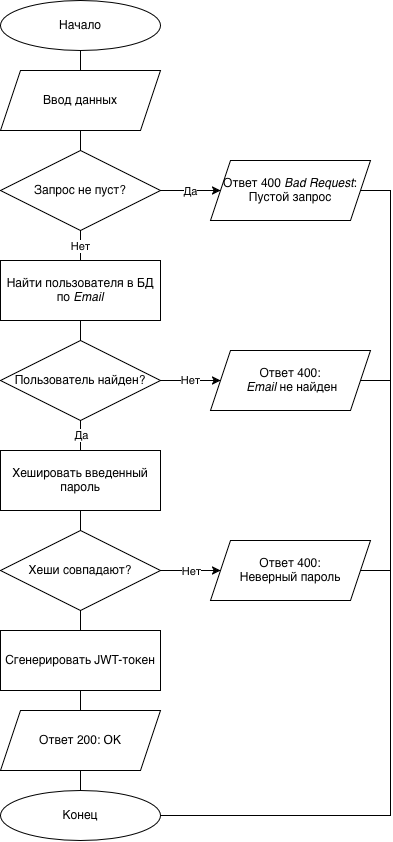
The draw.io diagram note/attachments/auth_algorithm.png in kawunus/bsuir-coursework-5-semester-note, before a commit. Source tidied: cells renumbered, new cells last; positions are measured from the earlier drawing's top-left corner, leaving out a move shared by most shapes. The source it was exported from:
```xml
<mxGraphModel>
  <root>
    <mxCell id="0" />
    <mxCell id="1" parent="0" />
    <mxCell id="2" style="edgeStyle=orthogonalEdgeStyle;rounded=0;jettySize=auto;html=1;exitX=0.5;exitY=1;exitDx=0;exitDy=0;entryX=0.5;entryY=0;entryDx=0;entryDy=0;endArrow=none;endFill=0;" parent="1" edge="1" source="3" target="5">
      <mxGeometry relative="1" as="geometry" />
    </mxCell>
    <mxCell id="3" value="&lt;div&gt;Начало&lt;/div&gt;" style="ellipse;whiteSpace=wrap;html=1;" parent="1" vertex="1">
      <mxGeometry width="160" height="50" as="geometry" />
    </mxCell>
    <mxCell id="4" style="edgeStyle=orthogonalEdgeStyle;rounded=0;jettySize=auto;html=1;exitX=0.5;exitY=1;exitDx=0;exitDy=0;entryX=0.5;entryY=0;entryDx=0;entryDy=0;endArrow=none;endFill=0;" parent="1" edge="1" source="5" target="9">
      <mxGeometry relative="1" as="geometry" />
    </mxCell>
    <mxCell id="5" value="Ввод данных" style="shape=parallelogram;perimeter=parallelogramPerimeter;whiteSpace=wrap;html=1;fixedSize=1;" parent="1" vertex="1">
      <mxGeometry y="70" width="160" height="60" as="geometry" />
    </mxCell>
    <mxCell id="6" style="edgeStyle=orthogonalEdgeStyle;rounded=0;jettySize=auto;html=1;exitX=1;exitY=0.5;exitDx=0;exitDy=0;entryX=0;entryY=0.5;entryDx=0;entryDy=0;" parent="1" edge="1" source="9" target="11">
      <mxGeometry relative="1" as="geometry" />
    </mxCell>
    <mxCell id="7" value="Да" style="edgeLabel;html=1;align=center;verticalAlign=middle;" parent="6" vertex="1">
      <mxGeometry x="-0.89" y="2" relative="1" as="geometry">
        <mxPoint x="26" y="2" as="offset" />
      </mxGeometry>
    </mxCell>
    <mxCell id="8" value="Нет" style="edgeStyle=orthogonalEdgeStyle;rounded=0;jettySize=auto;html=1;exitX=0.5;exitY=1;exitDx=0;exitDy=0;entryX=0.5;entryY=0;entryDx=0;entryDy=0;endArrow=none;endFill=0;" parent="1" edge="1" source="9" target="13">
      <mxGeometry relative="1" as="geometry" />
    </mxCell>
    <mxCell id="9" value="&lt;span class=&quot;router-outlet-wrapper ng-tns-c2785337336-0&quot;&gt;&lt;span class=&quot;inline-code ng-star-inserted&quot;&gt;Запрос не пуст?&lt;/span&gt;&lt;/span&gt;" style="rhombus;whiteSpace=wrap;html=1;" parent="1" vertex="1">
      <mxGeometry y="150" width="160" height="80" as="geometry" />
    </mxCell>
    <mxCell id="10" style="edgeStyle=orthogonalEdgeStyle;rounded=0;jettySize=auto;html=1;entryX=1;entryY=0.5;entryDx=0;entryDy=0;endArrow=none;endFill=0;exitX=1;exitY=0.5;exitDx=0;exitDy=0;" parent="1" edge="1" source="11" target="18">
      <mxGeometry relative="1" as="geometry">
        <Array as="points">
          <mxPoint x="390" y="190" />
          <mxPoint x="390" y="815" />
        </Array>
      </mxGeometry>
    </mxCell>
    <mxCell id="11" value="&lt;span class=&quot;router-outlet-wrapper ng-tns-c2785337336-0&quot;&gt;&lt;span class=&quot;inline-code ng-star-inserted&quot;&gt;Ответ 400 &lt;i&gt;Bad&lt;/i&gt; &lt;i&gt;Request&lt;/i&gt;: Пустой запрос&lt;/span&gt;&lt;/span&gt;" style="shape=parallelogram;perimeter=parallelogramPerimeter;whiteSpace=wrap;html=1;fixedSize=1;" parent="1" vertex="1">
      <mxGeometry x="210" y="160" width="160" height="60" as="geometry" />
    </mxCell>
    <mxCell id="12" style="edgeStyle=orthogonalEdgeStyle;rounded=0;jettySize=auto;html=1;endArrow=none;endFill=0;" parent="1" edge="1" source="13" target="17">
      <mxGeometry relative="1" as="geometry" />
    </mxCell>
    <mxCell id="13" value="&lt;span class=&quot;router-outlet-wrapper ng-tns-c2785337336-0&quot;&gt;&lt;span class=&quot;inline-code ng-star-inserted&quot;&gt;Найти пользователя в БД по &lt;i&gt;Email&lt;/i&gt;&lt;/span&gt;&lt;/span&gt;" style="rounded=0;whiteSpace=wrap;html=1;" parent="1" vertex="1">
      <mxGeometry y="260" width="160" height="60" as="geometry" />
    </mxCell>
    <mxCell id="14" style="edgeStyle=orthogonalEdgeStyle;rounded=0;jettySize=auto;html=1;exitX=0.5;exitY=1;exitDx=0;exitDy=0;entryX=0.5;entryY=0;entryDx=0;entryDy=0;endArrow=none;endFill=0;" parent="1" edge="1" source="17" target="22">
      <mxGeometry relative="1" as="geometry" />
    </mxCell>
    <mxCell id="15" value="&lt;div&gt;Да&lt;/div&gt;" style="edgeLabel;html=1;align=center;verticalAlign=middle;" parent="14" vertex="1">
      <mxGeometry x="-0.06" y="1" relative="1" as="geometry">
        <mxPoint x="-1" as="offset" />
      </mxGeometry>
    </mxCell>
    <mxCell id="16" value="&lt;div&gt;Нет&lt;/div&gt;" style="edgeStyle=orthogonalEdgeStyle;rounded=0;jettySize=auto;html=1;entryX=0;entryY=0.5;entryDx=0;entryDy=0;" parent="1" edge="1" source="17" target="20">
      <mxGeometry x="-0.01" relative="1" as="geometry" />
    </mxCell>
    <mxCell id="17" value="Пользователь найден?" style="rhombus;whiteSpace=wrap;html=1;" parent="1" vertex="1">
      <mxGeometry y="340" width="160" height="80" as="geometry" />
    </mxCell>
    <mxCell id="18" value="&lt;div&gt;Конец&lt;/div&gt;" style="ellipse;whiteSpace=wrap;html=1;" parent="1" vertex="1">
      <mxGeometry y="790" width="160" height="50" as="geometry" />
    </mxCell>
    <mxCell id="19" style="edgeStyle=orthogonalEdgeStyle;rounded=0;jettySize=auto;html=1;endArrow=none;endFill=0;" parent="1" edge="1" source="20">
      <mxGeometry relative="1" as="geometry">
        <mxPoint x="390" y="380" as="targetPoint" />
      </mxGeometry>
    </mxCell>
    <mxCell id="20" value="&lt;div&gt;&lt;span class=&quot;router-outlet-wrapper ng-tns-c2785337336-0&quot;&gt;&lt;span class=&quot;inline-code ng-star-inserted&quot;&gt;Ответ 400:&lt;/span&gt;&lt;/span&gt;&lt;/div&gt;&lt;div&gt;&lt;span class=&quot;router-outlet-wrapper ng-tns-c2785337336-0&quot;&gt;&lt;span class=&quot;inline-code ng-star-inserted&quot;&gt;&amp;nbsp;&lt;i&gt;Email&lt;/i&gt; не найден&lt;/span&gt;&lt;/span&gt;&lt;/div&gt;" style="shape=parallelogram;perimeter=parallelogramPerimeter;whiteSpace=wrap;html=1;fixedSize=1;" parent="1" vertex="1">
      <mxGeometry x="210" y="350" width="160" height="60" as="geometry" />
    </mxCell>
    <mxCell id="21" style="edgeStyle=orthogonalEdgeStyle;rounded=0;jettySize=auto;html=1;exitX=0.5;exitY=1;exitDx=0;exitDy=0;entryX=0.5;entryY=0;entryDx=0;entryDy=0;endArrow=none;endFill=0;" parent="1" edge="1" source="22" target="26">
      <mxGeometry relative="1" as="geometry" />
    </mxCell>
    <mxCell id="22" value="Хешировать введенный пароль" style="rounded=0;whiteSpace=wrap;html=1;" parent="1" vertex="1">
      <mxGeometry y="450" width="160" height="60" as="geometry" />
    </mxCell>
    <mxCell id="23" style="edgeStyle=orthogonalEdgeStyle;rounded=0;jettySize=auto;html=1;" parent="1" edge="1" source="26" target="28">
      <mxGeometry relative="1" as="geometry" />
    </mxCell>
    <mxCell id="24" value="Нет" style="edgeLabel;html=1;align=center;verticalAlign=middle;" parent="23" vertex="1">
      <mxGeometry x="-0.33" y="-2" relative="1" as="geometry">
        <mxPoint x="10" y="-2" as="offset" />
      </mxGeometry>
    </mxCell>
    <mxCell id="25" style="edgeStyle=orthogonalEdgeStyle;rounded=0;jettySize=auto;html=1;entryX=0.5;entryY=0;entryDx=0;entryDy=0;endArrow=none;endFill=0;" parent="1" edge="1" source="26" target="30">
      <mxGeometry relative="1" as="geometry" />
    </mxCell>
    <mxCell id="26" value="Хеши совпадают?" style="rhombus;whiteSpace=wrap;html=1;" parent="1" vertex="1">
      <mxGeometry y="530" width="160" height="80" as="geometry" />
    </mxCell>
    <mxCell id="27" style="edgeStyle=orthogonalEdgeStyle;rounded=0;jettySize=auto;html=1;endArrow=none;endFill=0;" parent="1" edge="1" source="28">
      <mxGeometry relative="1" as="geometry">
        <mxPoint x="390" y="570" as="targetPoint" />
      </mxGeometry>
    </mxCell>
    <mxCell id="28" value="&lt;div&gt;&lt;span class=&quot;router-outlet-wrapper ng-tns-c2785337336-0&quot;&gt;&lt;span class=&quot;inline-code ng-star-inserted&quot;&gt;Ответ 400:&lt;/span&gt;&lt;/span&gt;&lt;/div&gt;&lt;div&gt;Неверный пароль&lt;/div&gt;" style="shape=parallelogram;perimeter=parallelogramPerimeter;whiteSpace=wrap;html=1;fixedSize=1;" parent="1" vertex="1">
      <mxGeometry x="210" y="540" width="160" height="60" as="geometry" />
    </mxCell>
    <mxCell id="29" style="edgeStyle=orthogonalEdgeStyle;rounded=0;jettySize=auto;html=1;entryX=0.5;entryY=0;entryDx=0;entryDy=0;endArrow=none;endFill=0;" parent="1" edge="1" source="30" target="32">
      <mxGeometry relative="1" as="geometry" />
    </mxCell>
    <mxCell id="30" value="Сгенерировать JWT-токен" style="rounded=0;whiteSpace=wrap;html=1;" parent="1" vertex="1">
      <mxGeometry y="630" width="160" height="60" as="geometry" />
    </mxCell>
    <mxCell id="31" style="edgeStyle=orthogonalEdgeStyle;rounded=0;jettySize=auto;html=1;entryX=0.5;entryY=0;entryDx=0;entryDy=0;endArrow=none;endFill=0;" parent="1" edge="1" source="32" target="18">
      <mxGeometry relative="1" as="geometry" />
    </mxCell>
    <mxCell id="32" value="&lt;div&gt;&lt;span class=&quot;router-outlet-wrapper ng-tns-c2785337336-0&quot;&gt;&lt;span class=&quot;inline-code ng-star-inserted&quot;&gt;Ответ 200: OK&lt;/span&gt;&lt;/span&gt;&lt;/div&gt;" style="shape=parallelogram;perimeter=parallelogramPerimeter;whiteSpace=wrap;html=1;fixedSize=1;" parent="1" vertex="1">
      <mxGeometry y="710" width="160" height="60" as="geometry" />
    </mxCell>
  </root>
</mxGraphModel>
```
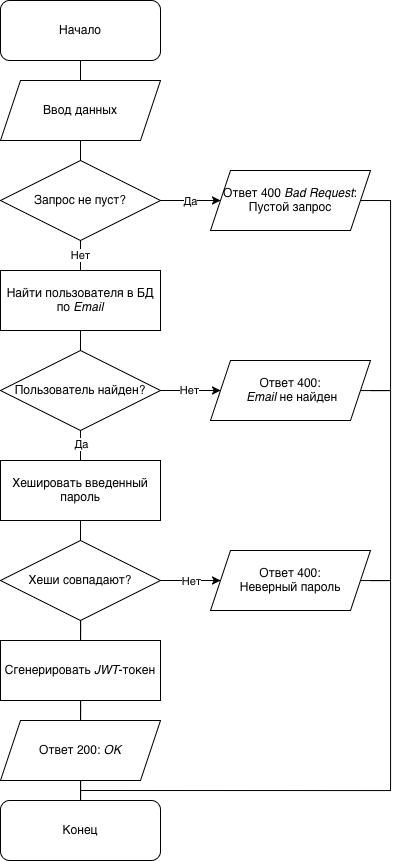
After the commit.

What changed in the source:
```diff
@@ -2,12 +2,11 @@
   <root>
     <mxCell id="0" />
     <mxCell id="1" parent="0" />
-    <mxCell id="2" style="edgeStyle=orthogonalEdgeStyle;rounded=0;jettySize=auto;html=1;exitX=0.5;exitY=1;exitDx=0;exitDy=0;entryX=0.5;entryY=0;entryDx=0;entryDy=0;endArrow=none;endFill=0;" parent="1" edge="1" source="3" target="5">
-      <mxGeometry relative="1" as="geometry" />
+    <mxCell id="2" style="edgeStyle=orthogonalEdgeStyle;rounded=0;jettySize=auto;html=1;exitX=0.5;exitY=1;exitDx=0;exitDy=0;entryX=0.5;entryY=0;entryDx=0;entryDy=0;endArrow=none;endFill=0;" parent="1" edge="1" target="5">
+      <mxGeometry relative="1" as="geometry">
+        <mxPoint x="80" y="50" as="sourcePoint" />
+      </mxGeometry>
     </mxCell>
-    <mxCell id="3" value="&lt;div&gt;Начало&lt;/div&gt;" style="ellipse;whiteSpace=wrap;html=1;" parent="1" vertex="1">
-      <mxGeometry width="160" height="50" as="geometry" />
-    </mxCell>
     <mxCell id="4" style="edgeStyle=orthogonalEdgeStyle;rounded=0;jettySize=auto;html=1;exitX=0.5;exitY=1;exitDx=0;exitDy=0;entryX=0.5;entryY=0;entryDx=0;entryDy=0;endArrow=none;endFill=0;" parent="1" edge="1" source="5" target="9">
       <mxGeometry relative="1" as="geometry" />
     </mxCell>
@@ -28,11 +27,12 @@
     <mxCell id="9" value="&lt;span class=&quot;router-outlet-wrapper ng-tns-c2785337336-0&quot;&gt;&lt;span class=&quot;inline-code ng-star-inserted&quot;&gt;Запрос не пуст?&lt;/span&gt;&lt;/span&gt;" style="rhombus;whiteSpace=wrap;html=1;" parent="1" vertex="1">
       <mxGeometry y="150" width="160" height="80" as="geometry" />
     </mxCell>
-    <mxCell id="10" style="edgeStyle=orthogonalEdgeStyle;rounded=0;jettySize=auto;html=1;entryX=1;entryY=0.5;entryDx=0;entryDy=0;endArrow=none;endFill=0;exitX=1;exitY=0.5;exitDx=0;exitDy=0;" parent="1" edge="1" source="11" target="18">
+    <mxCell id="10" style="edgeStyle=orthogonalEdgeStyle;rounded=0;jettySize=auto;html=1;endArrow=none;endFill=0;exitX=1;exitY=0.5;exitDx=0;exitDy=0;" parent="1" edge="1" source="11">
       <mxGeometry relative="1" as="geometry">
+        <mxPoint x="80" y="780" as="targetPoint" />
         <Array as="points">
           <mxPoint x="390" y="190" />
-          <mxPoint x="390" y="815" />
+          <mxPoint x="390" y="780" />
         </Array>
       </mxGeometry>
     </mxCell>
@@ -59,9 +59,6 @@
     <mxCell id="17" value="Пользователь найден?" style="rhombus;whiteSpace=wrap;html=1;" parent="1" vertex="1">
       <mxGeometry y="340" width="160" height="80" as="geometry" />
     </mxCell>
-    <mxCell id="18" value="&lt;div&gt;Конец&lt;/div&gt;" style="ellipse;whiteSpace=wrap;html=1;" parent="1" vertex="1">
-      <mxGeometry y="790" width="160" height="50" as="geometry" />
-    </mxCell>
     <mxCell id="19" style="edgeStyle=orthogonalEdgeStyle;rounded=0;jettySize=auto;html=1;endArrow=none;endFill=0;" parent="1" edge="1" source="20">
       <mxGeometry relative="1" as="geometry">
         <mxPoint x="390" y="380" as="targetPoint" />
@@ -101,14 +98,22 @@
     <mxCell id="29" style="edgeStyle=orthogonalEdgeStyle;rounded=0;jettySize=auto;html=1;entryX=0.5;entryY=0;entryDx=0;entryDy=0;endArrow=none;endFill=0;" parent="1" edge="1" source="30" target="32">
       <mxGeometry relative="1" as="geometry" />
     </mxCell>
-    <mxCell id="30" value="Сгенерировать JWT-токен" style="rounded=0;whiteSpace=wrap;html=1;" parent="1" vertex="1">
+    <mxCell id="30" value="Сгенерировать &lt;i&gt;JWT&lt;/i&gt;-токен" style="rounded=0;whiteSpace=wrap;html=1;" parent="1" vertex="1">
       <mxGeometry y="630" width="160" height="60" as="geometry" />
     </mxCell>
-    <mxCell id="31" style="edgeStyle=orthogonalEdgeStyle;rounded=0;jettySize=auto;html=1;entryX=0.5;entryY=0;entryDx=0;entryDy=0;endArrow=none;endFill=0;" parent="1" edge="1" source="32" target="18">
-      <mxGeometry relative="1" as="geometry" />
+    <mxCell id="31" style="edgeStyle=orthogonalEdgeStyle;rounded=0;jettySize=auto;html=1;entryX=0.5;entryY=0;entryDx=0;entryDy=0;endArrow=none;endFill=0;" parent="1" edge="1" source="32">
+      <mxGeometry relative="1" as="geometry">
+        <mxPoint x="80" y="790" as="targetPoint" />
+      </mxGeometry>
     </mxCell>
-    <mxCell id="32" value="&lt;div&gt;&lt;span class=&quot;router-outlet-wrapper ng-tns-c2785337336-0&quot;&gt;&lt;span class=&quot;inline-code ng-star-inserted&quot;&gt;Ответ 200: OK&lt;/span&gt;&lt;/span&gt;&lt;/div&gt;" style="shape=parallelogram;perimeter=parallelogramPerimeter;whiteSpace=wrap;html=1;fixedSize=1;" parent="1" vertex="1">
+    <mxCell id="32" value="&lt;div&gt;&lt;span class=&quot;router-outlet-wrapper ng-tns-c2785337336-0&quot;&gt;&lt;span class=&quot;inline-code ng-star-inserted&quot;&gt;Ответ 200: &lt;i&gt;OK&lt;/i&gt;&lt;/span&gt;&lt;/span&gt;&lt;/div&gt;" style="shape=parallelogram;perimeter=parallelogramPerimeter;whiteSpace=wrap;html=1;fixedSize=1;" parent="1" vertex="1">
       <mxGeometry y="710" width="160" height="60" as="geometry" />
     </mxCell>
+    <mxCell id="3" value="&lt;div&gt;Начало&lt;/div&gt;" style="rounded=1;whiteSpace=wrap;html=1;" parent="1" vertex="1">
+      <mxGeometry y="-10" width="160" height="60" as="geometry" />
+    </mxCell>
+    <mxCell id="18" value="&lt;div&gt;Конец&lt;/div&gt;" style="rounded=1;whiteSpace=wrap;html=1;" parent="1" vertex="1">
+      <mxGeometry y="790" width="160" height="60" as="geometry" />
+    </mxCell>
   </root>
 </mxGraphModel>
```
